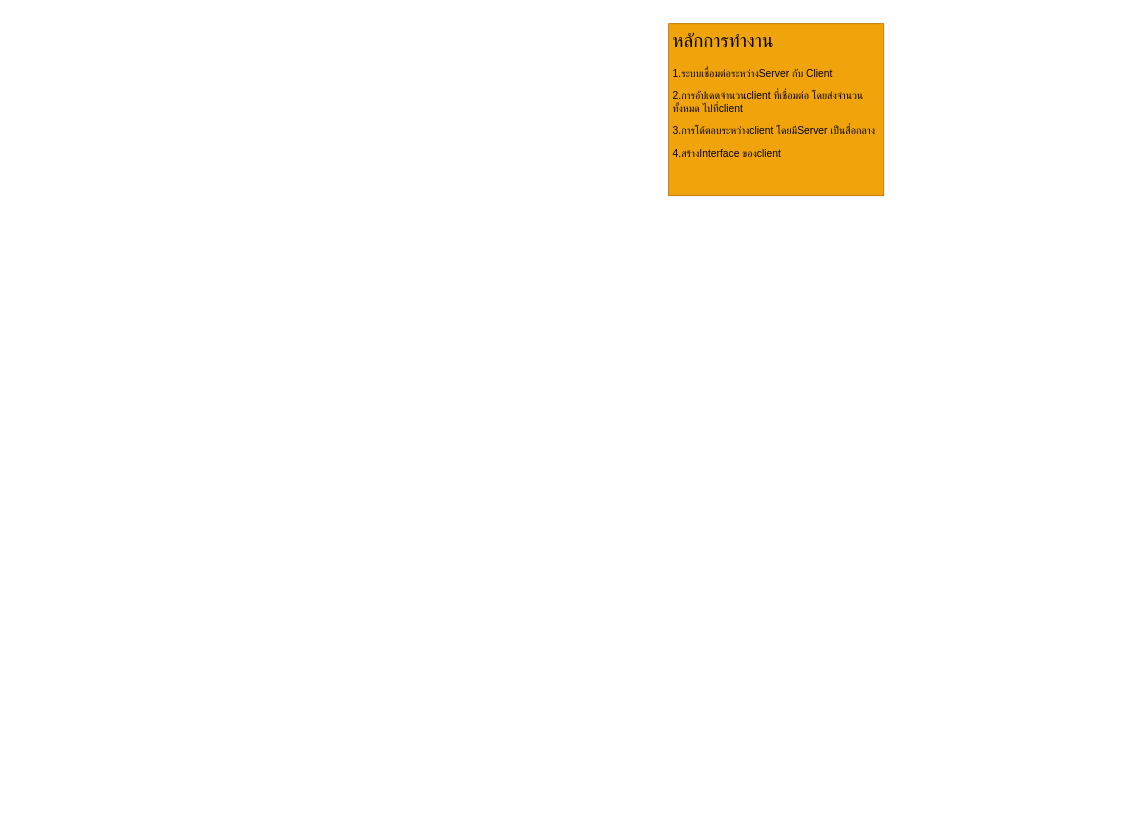
Before: TkChatBot/planning.drawio in kaomao1234/Python, a draw.io diagram. Source tidied: cells renumbered, new cells numbered last; positions are measured from the earlier drawing's top-left corner, leaving out a move shared by most shapes. Both pictures are drawn from the tidied source at 86%, with x=0, y=0 at pixel (668, 23).
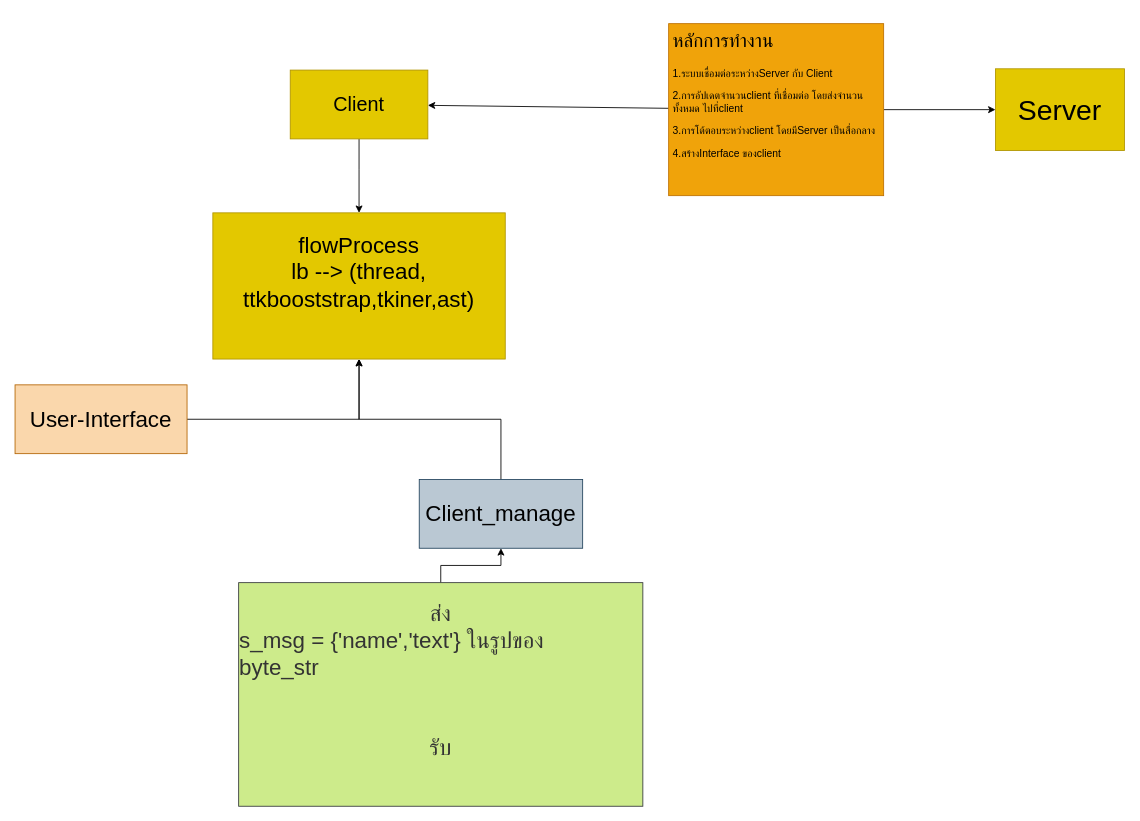
After the change.

Change to the diagram source:
```diff
@@
 <mxGraphModel>
   <root>
     <mxCell id="0" />
     <mxCell id="1" parent="0" />
+    <mxCell id="3" style="edgeStyle=none;rounded=0;jettySize=auto;html=1;entryX=0;entryY=0.5;entryDx=0;entryDy=0;fontSize=23;" parent="1" edge="1" source="2" target="5">
+      <mxGeometry relative="1" as="geometry" />
+    </mxCell>
+    <mxCell id="4" style="edgeStyle=none;rounded=0;jettySize=auto;html=1;fontSize=23;" parent="1" edge="1" source="2" target="7">
+      <mxGeometry relative="1" as="geometry" />
+    </mxCell>
     <mxCell id="2" value="&lt;h1&gt;&lt;span style=&quot;font-weight: 400 ; text-align: center&quot;&gt;&lt;font style=&quot;font-size: 22px&quot;&gt;หลักการทำงาน&lt;/font&gt;&lt;/span&gt;&lt;/h1&gt;&lt;p&gt;1.ระบบเชื่อมต่อระหว่างServer กับ Client&lt;br&gt;&lt;/p&gt;&lt;p&gt;2.การอัปเดตจำนวนclient ที่เชื่อมต่อ โดยส่งจำนวนทั้งหมด ไปที่client&amp;nbsp;&lt;br&gt;&lt;/p&gt;&lt;p&gt;3.การโต้ตอบระหว่างclient โดยมีServer เป็นสื่อกลาง&amp;nbsp;&lt;br&gt;&lt;/p&gt;&lt;p&gt;4.สร้างInterface ของclient&lt;br&gt;&lt;/p&gt;" style="text;html=1;strokeColor=#BD7000;fillColor=#f0a30a;spacing=5;spacingTop=-20;whiteSpace=wrap;overflow=hidden;rounded=0;fontColor=#000000;" parent="1" vertex="1">
       <mxGeometry width="250" height="200" as="geometry" />
     </mxCell>
+    <mxCell id="5" value="&lt;font style=&quot;font-size: 33px&quot;&gt;Server&lt;/font&gt;" style="rounded=0;whiteSpace=wrap;html=1;fontSize=23;labelBackgroundColor=none;fillColor=#e3c800;strokeColor=#B09500;fontColor=#000000;" parent="1" vertex="1">
+      <mxGeometry x="380" y="52.5" width="150" height="95" as="geometry" />
+    </mxCell>
+    <mxCell id="6" style="edgeStyle=orthogonalEdgeStyle;rounded=0;jettySize=auto;html=1;" parent="1" edge="1" source="7">
+      <mxGeometry relative="1" as="geometry">
+        <mxPoint x="-360" y="220" as="targetPoint" />
+        <Array as="points">
+          <mxPoint x="-360" y="170" />
+          <mxPoint x="-360" y="170" />
+        </Array>
+      </mxGeometry>
+    </mxCell>
+    <mxCell id="7" value="Client" style="rounded=0;whiteSpace=wrap;html=1;labelBackgroundColor=none;fontSize=23;fillColor=#e3c800;strokeColor=#B09500;fontColor=#000000;" parent="1" vertex="1">
+      <mxGeometry x="-440" y="54" width="160" height="80" as="geometry" />
+    </mxCell>
+    <mxCell id="8" value="&lt;div&gt;&lt;span&gt;flowProcess&lt;/span&gt;&lt;/div&gt;&lt;div&gt;&lt;span&gt;lb --&amp;gt; (thread,&lt;/span&gt;&lt;/div&gt;&lt;div&gt;&lt;span&gt;ttkbooststrap,tkiner,ast)&lt;/span&gt;&lt;/div&gt;&amp;nbsp;" style="rounded=0;whiteSpace=wrap;html=1;fillColor=#e3c800;strokeColor=#B09500;fontColor=#000000;fontSize=26;align=center;" parent="1" vertex="1">
+      <mxGeometry x="-530" y="220" width="340" height="170" as="geometry" />
+    </mxCell>
+    <mxCell id="9" style="edgeStyle=orthogonalEdgeStyle;rounded=0;jettySize=auto;html=1;fontSize=26;" parent="1" edge="1" source="10" target="8">
+      <mxGeometry relative="1" as="geometry" />
+    </mxCell>
+    <mxCell id="10" value="&lt;font color=&quot;#000000&quot;&gt;User-Interface&lt;/font&gt;" style="rounded=0;whiteSpace=wrap;html=1;fontSize=26;fillColor=#fad7ac;strokeColor=#b46504;" parent="1" vertex="1">
+      <mxGeometry x="-760" y="420" width="200" height="80" as="geometry" />
+    </mxCell>
+    <mxCell id="11" style="edgeStyle=orthogonalEdgeStyle;rounded=0;jettySize=auto;html=1;fontSize=26;" parent="1" edge="1" source="12" target="8">
+      <mxGeometry relative="1" as="geometry" />
+    </mxCell>
+    <mxCell id="12" value="&lt;font color=&quot;#000000&quot;&gt;Client_manage&lt;/font&gt;" style="rounded=0;whiteSpace=wrap;html=1;fontSize=26;fillColor=#bac8d3;strokeColor=#23445d;" parent="1" vertex="1">
+      <mxGeometry x="-290" y="530" width="190" height="80" as="geometry" />
+    </mxCell>
+    <mxCell id="13" style="edgeStyle=orthogonalEdgeStyle;rounded=0;jettySize=auto;html=1;fontSize=26;" parent="1" edge="1" source="14" target="12">
+      <mxGeometry relative="1" as="geometry" />
+    </mxCell>
+    <mxCell id="14" value="&lt;font color=&quot;#333333&quot;&gt;ส่ง&lt;br&gt;&lt;div style=&quot;text-align: left&quot;&gt;&lt;span&gt;s_msg = {'name','text'} ในรูปของ byte_str&amp;nbsp;&amp;nbsp;&lt;/span&gt;&lt;/div&gt;&lt;br&gt;&lt;br&gt;รับ&lt;br&gt;&lt;br&gt;&lt;/font&gt;" style="rounded=0;whiteSpace=wrap;html=1;fontSize=26;fillColor=#cdeb8b;strokeColor=#36393d;" parent="1" vertex="1">
+      <mxGeometry x="-500" y="650" width="470" height="260" as="geometry" />
+    </mxCell>
   </root>
 </mxGraphModel>
```
